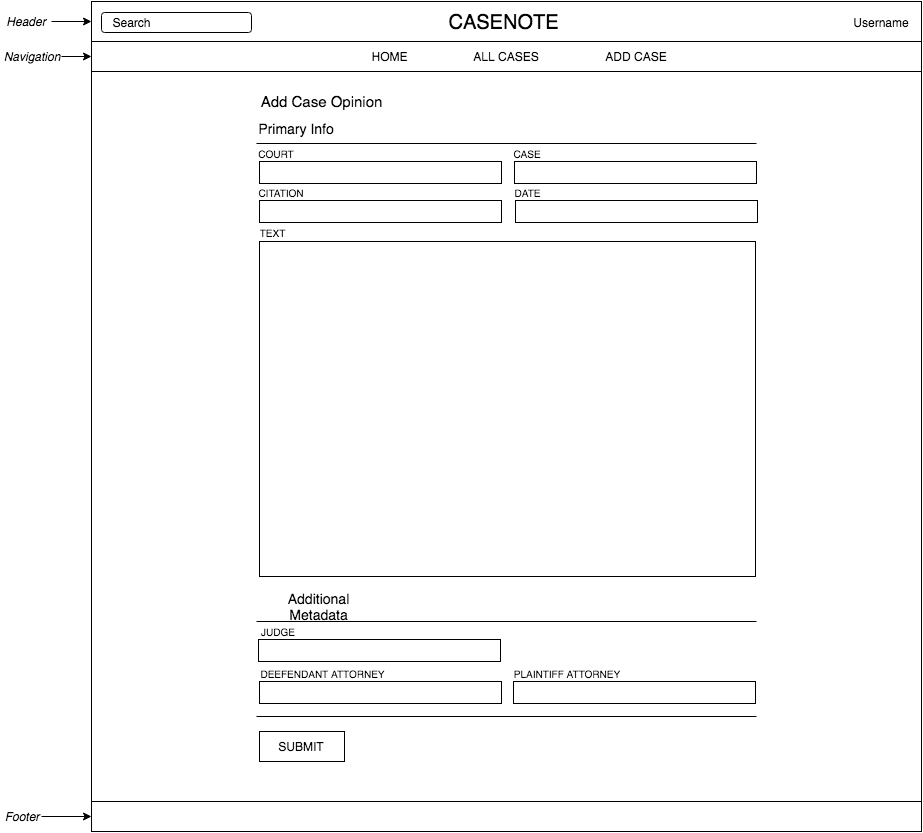
The draw.io diagram docs/wireframes/add-case.png in amytfang/CaseNote, before a commit. Source tidied: cells renumbered, new cells last; positions are measured from the earlier drawing's top-left corner, leaving out a move shared by most shapes. The source it was exported from:
```xml
<mxGraphModel background="#ffffff">
  <root>
    <mxCell id="0" />
    <mxCell id="1" parent="0" />
    <mxCell id="2" style="whiteSpace=wrap;html=1;" parent="1" vertex="1">
      <mxGeometry x="90" width="830" height="40" as="geometry" />
    </mxCell>
    <mxCell id="3" value="&lt;font style=&quot;font-size: 20px&quot;&gt;CASENOTE&lt;/font&gt;" style="text;html=1;strokeColor=none;fillColor=none;align=center;verticalAlign=middle;whiteSpace=wrap;" parent="1" vertex="1">
      <mxGeometry x="485" y="11" width="35" height="20" as="geometry" />
    </mxCell>
    <mxCell id="4" style="whiteSpace=wrap;html=1;" parent="1" vertex="1">
      <mxGeometry x="90" y="40" width="830" height="30" as="geometry" />
    </mxCell>
    <mxCell id="5" value="Username" style="text;html=1;strokeColor=none;fillColor=none;align=center;verticalAlign=middle;whiteSpace=wrap;" parent="1" vertex="1">
      <mxGeometry x="850" y="11" width="60" height="20" as="geometry" />
    </mxCell>
    <mxCell id="6" style="edgeStyle=orthogonalEdgeStyle;rounded=0;html=1;jettySize=auto;" parent="1" edge="1" source="7" target="4">
      <mxGeometry relative="1" as="geometry" />
    </mxCell>
    <mxCell id="7" value="&lt;i&gt;Navigation&lt;/i&gt;" style="text;html=1;strokeColor=none;fillColor=none;align=center;verticalAlign=middle;whiteSpace=wrap;" parent="1" vertex="1">
      <mxGeometry y="45" width="60" height="20" as="geometry" />
    </mxCell>
    <mxCell id="8" value="ADD CASE" style="text;html=1;strokeColor=none;fillColor=none;align=center;verticalAlign=middle;whiteSpace=wrap;" parent="1" vertex="1">
      <mxGeometry x="590" y="45" width="90" height="20" as="geometry" />
    </mxCell>
    <mxCell id="9" value="ALL CASES" style="text;html=1;strokeColor=none;fillColor=none;align=center;verticalAlign=middle;whiteSpace=wrap;" parent="1" vertex="1">
      <mxGeometry x="460" y="45" width="90" height="20" as="geometry" />
    </mxCell>
    <mxCell id="10" style="rounded=1;whiteSpace=wrap;html=1;" parent="1" vertex="1">
      <mxGeometry x="100" y="11" width="150" height="20" as="geometry" />
    </mxCell>
    <mxCell id="11" value="Search" style="text;html=1;strokeColor=none;fillColor=none;align=center;verticalAlign=middle;whiteSpace=wrap;" parent="1" vertex="1">
      <mxGeometry x="110" y="11" width="40" height="20" as="geometry" />
    </mxCell>
    <mxCell id="12" style="whiteSpace=wrap;html=1;" parent="1" vertex="1">
      <mxGeometry x="90" y="70" width="830" height="730" as="geometry" />
    </mxCell>
    <mxCell id="13" style="edgeStyle=orthogonalEdgeStyle;rounded=0;html=1;jettySize=auto;" parent="1" edge="1" source="14" target="2">
      <mxGeometry relative="1" as="geometry" />
    </mxCell>
    <mxCell id="14" value="Header" style="text;html=1;strokeColor=none;fillColor=none;align=center;verticalAlign=middle;whiteSpace=wrap;fontStyle=2;" parent="1" vertex="1">
      <mxGeometry y="10" width="50" height="20" as="geometry" />
    </mxCell>
    <mxCell id="15" style="whiteSpace=wrap;html=1;" parent="1" vertex="1">
      <mxGeometry x="90" y="800" width="830" height="30" as="geometry" />
    </mxCell>
    <mxCell id="16" style="edgeStyle=orthogonalEdgeStyle;rounded=0;html=1;entryX=0;entryY=0.5;jettySize=auto;" parent="1" edge="1" source="17" target="15">
      <mxGeometry relative="1" as="geometry" />
    </mxCell>
    <mxCell id="17" value="Footer" style="text;html=1;strokeColor=none;fillColor=none;align=center;verticalAlign=middle;whiteSpace=wrap;fontStyle=2;" parent="1" vertex="1">
      <mxGeometry y="805" width="40" height="20" as="geometry" />
    </mxCell>
    <mxCell id="18" value="HOME" style="text;html=1;strokeColor=none;fillColor=none;align=center;verticalAlign=middle;whiteSpace=wrap;" parent="1" vertex="1">
      <mxGeometry x="368" y="45" width="40" height="20" as="geometry" />
    </mxCell>
    <mxCell id="19" style="edgeStyle=orthogonalEdgeStyle;rounded=0;html=1;exitX=0.5;exitY=0;entryX=0.5;entryY=0;jettySize=auto;orthogonalLoop=1;" parent="1" edge="1">
      <mxGeometry relative="1" as="geometry">
        <mxPoint x="236" y="80" as="sourcePoint" />
        <mxPoint x="236" y="80" as="targetPoint" />
      </mxGeometry>
    </mxCell>
    <mxCell id="20" value="&lt;font style=&quot;font-size: 15px&quot;&gt;Add Case Opinion&lt;/font&gt;" style="text;html=1;strokeColor=none;fillColor=none;align=center;verticalAlign=middle;whiteSpace=wrap;" parent="1" vertex="1">
      <mxGeometry x="257" y="90" width="125" height="20" as="geometry" />
    </mxCell>
    <mxCell id="21" value="&lt;font style=&quot;font-size: 14px&quot;&gt;Primary Info&lt;/font&gt;" style="text;html=1;strokeColor=none;fillColor=none;align=center;verticalAlign=middle;whiteSpace=wrap;" parent="1" vertex="1">
      <mxGeometry x="255" y="117" width="80" height="20" as="geometry" />
    </mxCell>
    <mxCell id="22" style="line;strokeWidth=1;html=1;perimeter=backbonePerimeter;" parent="1" vertex="1">
      <mxGeometry x="255" y="137" width="500" height="10" as="geometry" />
    </mxCell>
    <mxCell id="23" value="&lt;font style=&quot;font-size: 10px&quot;&gt;COURT&lt;/font&gt;" style="text;html=1;strokeColor=none;fillColor=none;align=center;verticalAlign=middle;whiteSpace=wrap;" parent="1" vertex="1">
      <mxGeometry x="255" y="147" width="40" height="10" as="geometry" />
    </mxCell>
    <mxCell id="24" value="&lt;font style=&quot;font-size: 10px&quot;&gt;CITATION&lt;/font&gt;" style="text;html=1;strokeColor=none;fillColor=none;align=center;verticalAlign=middle;whiteSpace=wrap;direction=south;" parent="1" vertex="1">
      <mxGeometry x="255" y="186" width="50" height="10" as="geometry" />
    </mxCell>
    <mxCell id="25" style="whiteSpace=wrap;html=1;strokeWidth=1;" parent="1" vertex="1">
      <mxGeometry x="258" y="160" width="242" height="22" as="geometry" />
    </mxCell>
    <mxCell id="26" style="whiteSpace=wrap;html=1;strokeWidth=1;" parent="1" vertex="1">
      <mxGeometry x="258" y="199" width="242" height="22" as="geometry" />
    </mxCell>
    <mxCell id="27" value="&lt;span style=&quot;font-size: 10px&quot;&gt;TEXT&lt;/span&gt;" style="text;html=1;strokeColor=none;fillColor=none;align=center;verticalAlign=middle;whiteSpace=wrap;direction=south;" parent="1" vertex="1">
      <mxGeometry x="257" y="226" width="27" height="10" as="geometry" />
    </mxCell>
    <mxCell id="28" style="whiteSpace=wrap;html=1;strokeWidth=1;" parent="1" vertex="1">
      <mxGeometry x="258" y="240" width="496" height="335" as="geometry" />
    </mxCell>
    <mxCell id="29" value="&lt;font style=&quot;font-size: 14px&quot;&gt;Additional Metadata&lt;/font&gt;" style="text;html=1;strokeColor=none;fillColor=none;align=center;verticalAlign=middle;whiteSpace=wrap;" parent="1" vertex="1">
      <mxGeometry x="255" y="595" width="125" height="20" as="geometry" />
    </mxCell>
    <mxCell id="30" style="line;strokeWidth=1;html=1;perimeter=backbonePerimeter;" parent="1" vertex="1">
      <mxGeometry x="255" y="615" width="500" height="10" as="geometry" />
    </mxCell>
    <mxCell id="31" value="&lt;font style=&quot;font-size: 10px&quot;&gt;JUDGE&lt;/font&gt;" style="text;html=1;strokeColor=none;fillColor=none;align=center;verticalAlign=middle;whiteSpace=wrap;" parent="1" vertex="1">
      <mxGeometry x="254" y="625" width="46" height="10" as="geometry" />
    </mxCell>
    <mxCell id="32" style="whiteSpace=wrap;html=1;strokeWidth=1;" parent="1" vertex="1">
      <mxGeometry x="257" y="638" width="242" height="22" as="geometry" />
    </mxCell>
    <mxCell id="33" value="&lt;font style=&quot;font-size: 10px&quot;&gt;CASE&lt;/font&gt;" style="text;html=1;strokeColor=none;fillColor=none;align=center;verticalAlign=middle;whiteSpace=wrap;" parent="1" vertex="1">
      <mxGeometry x="506" y="147" width="40" height="10" as="geometry" />
    </mxCell>
    <mxCell id="34" style="whiteSpace=wrap;html=1;strokeWidth=1;" parent="1" vertex="1">
      <mxGeometry x="513" y="160" width="242" height="22" as="geometry" />
    </mxCell>
    <mxCell id="35" value="&lt;font style=&quot;font-size: 10px&quot;&gt;DATE&lt;/font&gt;" style="text;html=1;strokeColor=none;fillColor=none;align=center;verticalAlign=middle;whiteSpace=wrap;" parent="1" vertex="1">
      <mxGeometry x="515" y="186" width="21" height="10" as="geometry" />
    </mxCell>
    <mxCell id="36" style="whiteSpace=wrap;html=1;strokeWidth=1;" parent="1" vertex="1">
      <mxGeometry x="514" y="199" width="242" height="22" as="geometry" />
    </mxCell>
    <mxCell id="37" value="&lt;font style=&quot;font-size: 10px&quot;&gt;DEEFENDANT ATTORNEY&lt;/font&gt;" style="text;html=1;strokeColor=none;fillColor=none;align=center;verticalAlign=middle;whiteSpace=wrap;" parent="1" vertex="1">
      <mxGeometry x="255" y="667" width="133" height="10" as="geometry" />
    </mxCell>
    <mxCell id="38" style="whiteSpace=wrap;html=1;strokeWidth=1;" parent="1" vertex="1">
      <mxGeometry x="258" y="680" width="242" height="22" as="geometry" />
    </mxCell>
    <mxCell id="39" value="&lt;font style=&quot;font-size: 10px&quot;&gt;PLAINTIFF ATTORNEY&lt;/font&gt;" style="text;html=1;strokeColor=none;fillColor=none;align=center;verticalAlign=middle;whiteSpace=wrap;" parent="1" vertex="1">
      <mxGeometry x="509" y="667" width="112" height="10" as="geometry" />
    </mxCell>
    <mxCell id="40" style="whiteSpace=wrap;html=1;strokeWidth=1;" parent="1" vertex="1">
      <mxGeometry x="512" y="680" width="242" height="22" as="geometry" />
    </mxCell>
    <mxCell id="41" style="line;strokeWidth=1;html=1;perimeter=backbonePerimeter;" parent="1" vertex="1">
      <mxGeometry x="255" y="710" width="500" height="10" as="geometry" />
    </mxCell>
    <mxCell id="42" style="whiteSpace=wrap;html=1;strokeWidth=1;" parent="1" vertex="1">
      <mxGeometry x="258" y="730" width="85" height="30" as="geometry" />
    </mxCell>
    <mxCell id="43" value="SUBMIT" style="text;html=1;strokeColor=none;fillColor=none;align=center;verticalAlign=middle;whiteSpace=wrap;" parent="1" vertex="1">
      <mxGeometry x="280" y="735" width="40" height="20" as="geometry" />
    </mxCell>
  </root>
</mxGraphModel>
```
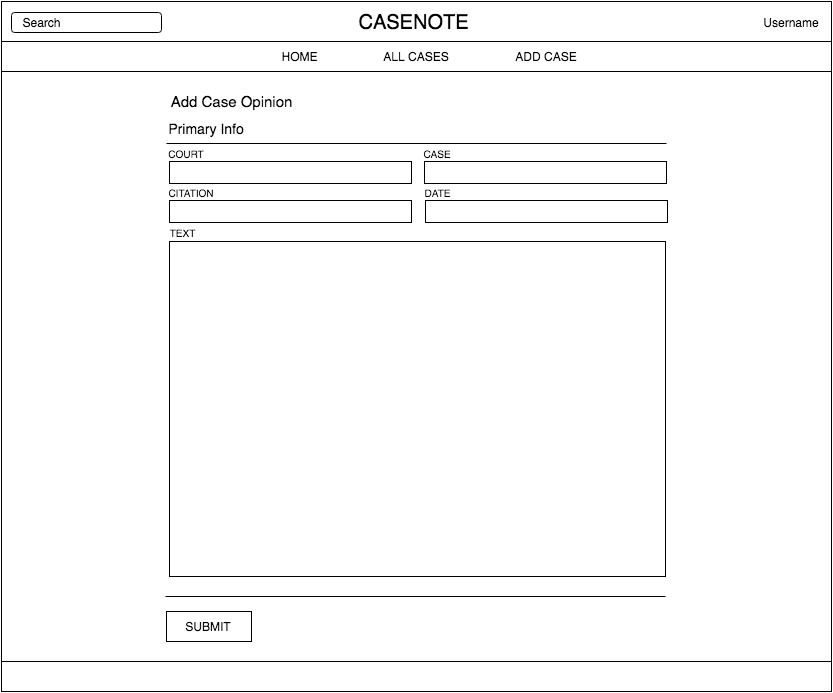
Above is the later version.

The edit, as a diff of the source:
```diff
@@ -14,12 +14,6 @@
     <mxCell id="5" value="Username" style="text;html=1;strokeColor=none;fillColor=none;align=center;verticalAlign=middle;whiteSpace=wrap;" parent="1" vertex="1">
       <mxGeometry x="850" y="11" width="60" height="20" as="geometry" />
     </mxCell>
-    <mxCell id="6" style="edgeStyle=orthogonalEdgeStyle;rounded=0;html=1;jettySize=auto;" parent="1" edge="1" source="7" target="4">
-      <mxGeometry relative="1" as="geometry" />
-    </mxCell>
-    <mxCell id="7" value="&lt;i&gt;Navigation&lt;/i&gt;" style="text;html=1;strokeColor=none;fillColor=none;align=center;verticalAlign=middle;whiteSpace=wrap;" parent="1" vertex="1">
-      <mxGeometry y="45" width="60" height="20" as="geometry" />
-    </mxCell>
     <mxCell id="8" value="ADD CASE" style="text;html=1;strokeColor=none;fillColor=none;align=center;verticalAlign=middle;whiteSpace=wrap;" parent="1" vertex="1">
       <mxGeometry x="590" y="45" width="90" height="20" as="geometry" />
     </mxCell>
@@ -33,23 +27,11 @@
       <mxGeometry x="110" y="11" width="40" height="20" as="geometry" />
     </mxCell>
     <mxCell id="12" style="whiteSpace=wrap;html=1;" parent="1" vertex="1">
-      <mxGeometry x="90" y="70" width="830" height="730" as="geometry" />
+      <mxGeometry x="90" y="70" width="830" height="590" as="geometry" />
     </mxCell>
-    <mxCell id="13" style="edgeStyle=orthogonalEdgeStyle;rounded=0;html=1;jettySize=auto;" parent="1" edge="1" source="14" target="2">
-      <mxGeometry relative="1" as="geometry" />
-    </mxCell>
-    <mxCell id="14" value="Header" style="text;html=1;strokeColor=none;fillColor=none;align=center;verticalAlign=middle;whiteSpace=wrap;fontStyle=2;" parent="1" vertex="1">
-      <mxGeometry y="10" width="50" height="20" as="geometry" />
-    </mxCell>
     <mxCell id="15" style="whiteSpace=wrap;html=1;" parent="1" vertex="1">
-      <mxGeometry x="90" y="800" width="830" height="30" as="geometry" />
+      <mxGeometry x="90" y="660" width="830" height="30" as="geometry" />
     </mxCell>
-    <mxCell id="16" style="edgeStyle=orthogonalEdgeStyle;rounded=0;html=1;entryX=0;entryY=0.5;jettySize=auto;" parent="1" edge="1" source="17" target="15">
-      <mxGeometry relative="1" as="geometry" />
-    </mxCell>
-    <mxCell id="17" value="Footer" style="text;html=1;strokeColor=none;fillColor=none;align=center;verticalAlign=middle;whiteSpace=wrap;fontStyle=2;" parent="1" vertex="1">
-      <mxGeometry y="805" width="40" height="20" as="geometry" />
-    </mxCell>
     <mxCell id="18" value="HOME" style="text;html=1;strokeColor=none;fillColor=none;align=center;verticalAlign=middle;whiteSpace=wrap;" parent="1" vertex="1">
       <mxGeometry x="368" y="45" width="40" height="20" as="geometry" />
     </mxCell>
@@ -86,18 +68,6 @@
     <mxCell id="28" style="whiteSpace=wrap;html=1;strokeWidth=1;" parent="1" vertex="1">
       <mxGeometry x="258" y="240" width="496" height="335" as="geometry" />
     </mxCell>
-    <mxCell id="29" value="&lt;font style=&quot;font-size: 14px&quot;&gt;Additional Metadata&lt;/font&gt;" style="text;html=1;strokeColor=none;fillColor=none;align=center;verticalAlign=middle;whiteSpace=wrap;" parent="1" vertex="1">
-      <mxGeometry x="255" y="595" width="125" height="20" as="geometry" />
-    </mxCell>
-    <mxCell id="30" style="line;strokeWidth=1;html=1;perimeter=backbonePerimeter;" parent="1" vertex="1">
-      <mxGeometry x="255" y="615" width="500" height="10" as="geometry" />
-    </mxCell>
-    <mxCell id="31" value="&lt;font style=&quot;font-size: 10px&quot;&gt;JUDGE&lt;/font&gt;" style="text;html=1;strokeColor=none;fillColor=none;align=center;verticalAlign=middle;whiteSpace=wrap;" parent="1" vertex="1">
-      <mxGeometry x="254" y="625" width="46" height="10" as="geometry" />
-    </mxCell>
-    <mxCell id="32" style="whiteSpace=wrap;html=1;strokeWidth=1;" parent="1" vertex="1">
-      <mxGeometry x="257" y="638" width="242" height="22" as="geometry" />
-    </mxCell>
     <mxCell id="33" value="&lt;font style=&quot;font-size: 10px&quot;&gt;CASE&lt;/font&gt;" style="text;html=1;strokeColor=none;fillColor=none;align=center;verticalAlign=middle;whiteSpace=wrap;" parent="1" vertex="1">
       <mxGeometry x="506" y="147" width="40" height="10" as="geometry" />
     </mxCell>
@@ -110,26 +80,14 @@
     <mxCell id="36" style="whiteSpace=wrap;html=1;strokeWidth=1;" parent="1" vertex="1">
       <mxGeometry x="514" y="199" width="242" height="22" as="geometry" />
     </mxCell>
-    <mxCell id="37" value="&lt;font style=&quot;font-size: 10px&quot;&gt;DEEFENDANT ATTORNEY&lt;/font&gt;" style="text;html=1;strokeColor=none;fillColor=none;align=center;verticalAlign=middle;whiteSpace=wrap;" parent="1" vertex="1">
-      <mxGeometry x="255" y="667" width="133" height="10" as="geometry" />
-    </mxCell>
-    <mxCell id="38" style="whiteSpace=wrap;html=1;strokeWidth=1;" parent="1" vertex="1">
-      <mxGeometry x="258" y="680" width="242" height="22" as="geometry" />
-    </mxCell>
-    <mxCell id="39" value="&lt;font style=&quot;font-size: 10px&quot;&gt;PLAINTIFF ATTORNEY&lt;/font&gt;" style="text;html=1;strokeColor=none;fillColor=none;align=center;verticalAlign=middle;whiteSpace=wrap;" parent="1" vertex="1">
-      <mxGeometry x="509" y="667" width="112" height="10" as="geometry" />
-    </mxCell>
-    <mxCell id="40" style="whiteSpace=wrap;html=1;strokeWidth=1;" parent="1" vertex="1">
-      <mxGeometry x="512" y="680" width="242" height="22" as="geometry" />
-    </mxCell>
     <mxCell id="41" style="line;strokeWidth=1;html=1;perimeter=backbonePerimeter;" parent="1" vertex="1">
-      <mxGeometry x="255" y="710" width="500" height="10" as="geometry" />
+      <mxGeometry x="254" y="590" width="500" height="10" as="geometry" />
     </mxCell>
     <mxCell id="42" style="whiteSpace=wrap;html=1;strokeWidth=1;" parent="1" vertex="1">
-      <mxGeometry x="258" y="730" width="85" height="30" as="geometry" />
+      <mxGeometry x="255" y="610" width="85" height="30" as="geometry" />
     </mxCell>
     <mxCell id="43" value="SUBMIT" style="text;html=1;strokeColor=none;fillColor=none;align=center;verticalAlign=middle;whiteSpace=wrap;" parent="1" vertex="1">
-      <mxGeometry x="280" y="735" width="40" height="20" as="geometry" />
+      <mxGeometry x="277" y="615" width="40" height="20" as="geometry" />
     </mxCell>
   </root>
 </mxGraphModel>
```
